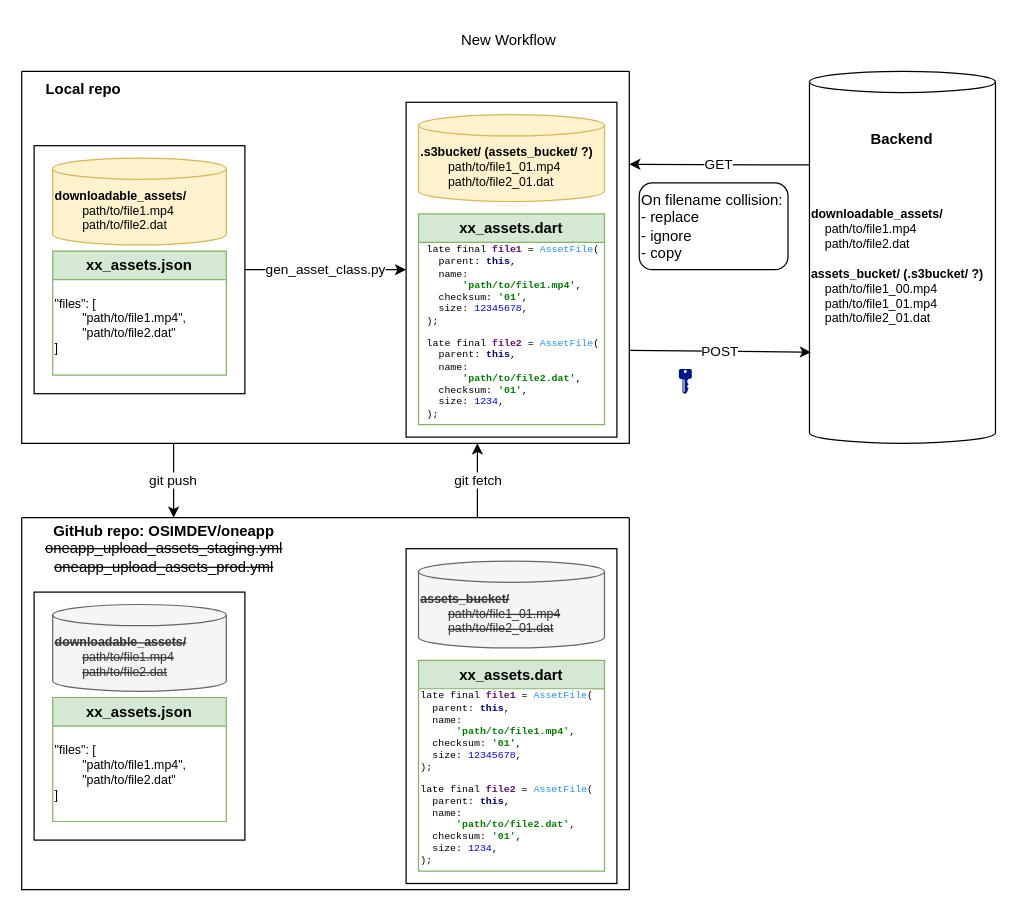
The draw.io diagram page "proposed new workflow" (2 of 3) of Untitled Diagram.drawio in benjamin-tan-osim/diagrams, before the edit. Source tidied: cells renumbered, new cells numbered last; positions are measured from the earlier drawing's top-left corner, leaving out a move shared by most shapes. Both pictures are drawn from the tidied source at 124%, with x=0, y=0 at pixel (21, 21).
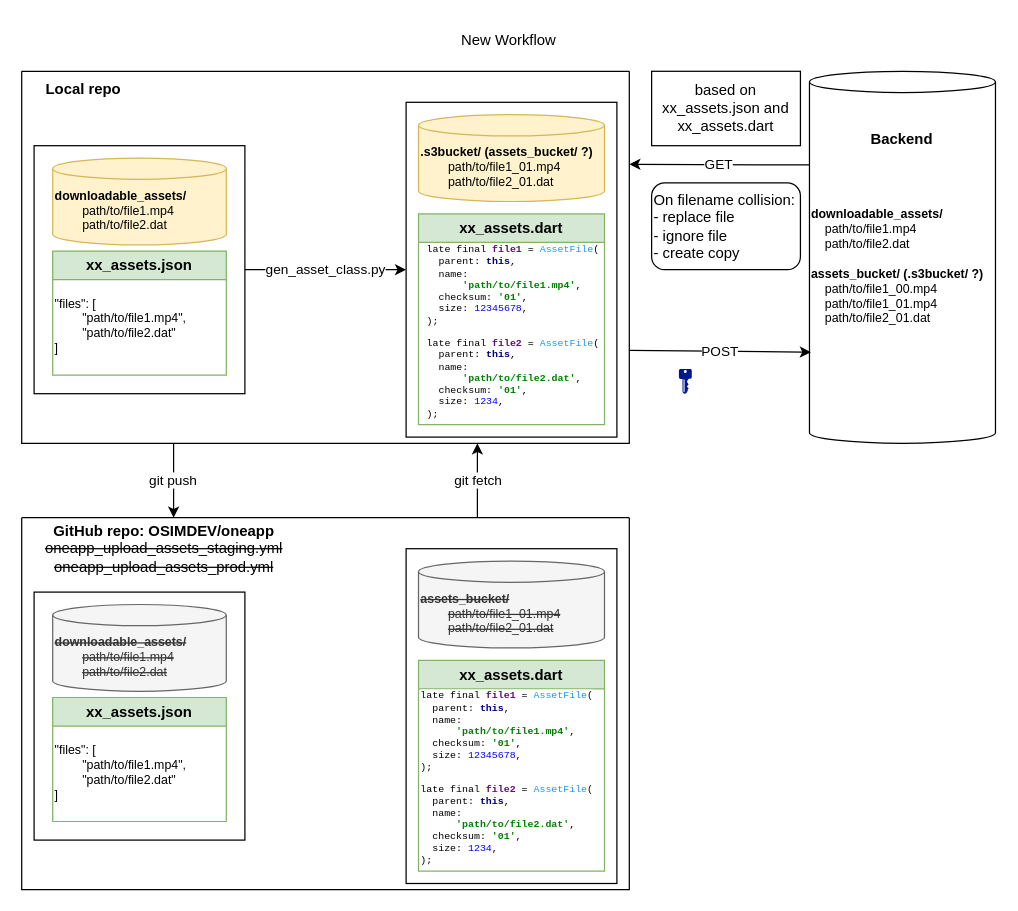
Above is the later version.

Diff of the diagram source:
```diff
@@
-    <mxCell id="36" value="On filename collision:&lt;br&gt;- replace&lt;br&gt;- ignore&lt;br&gt;- copy" style="rounded=1;whiteSpace=wrap;html=1;align=left;" parent="1" vertex="1">
-      <mxGeometry x="498" y="130" width="120" height="70" as="geometry" />
+    <mxCell id="36" value="On filename collision:&lt;br&gt;- replace file&lt;br&gt;- ignore file&lt;br&gt;- create copy" style="rounded=1;whiteSpace=wrap;html=1;align=left;" parent="1" vertex="1">
+      <mxGeometry x="508" y="130" width="120" height="70" as="geometry" />
     </mxCell>
@@
+    <mxCell id="38" value="based on xx_assets.json and xx_assets.dart" style="rounded=0;whiteSpace=wrap;html=1;" parent="1" vertex="1">
+      <mxGeometry x="508" y="40" width="120" height="60" as="geometry" />
+    </mxCell>
```
